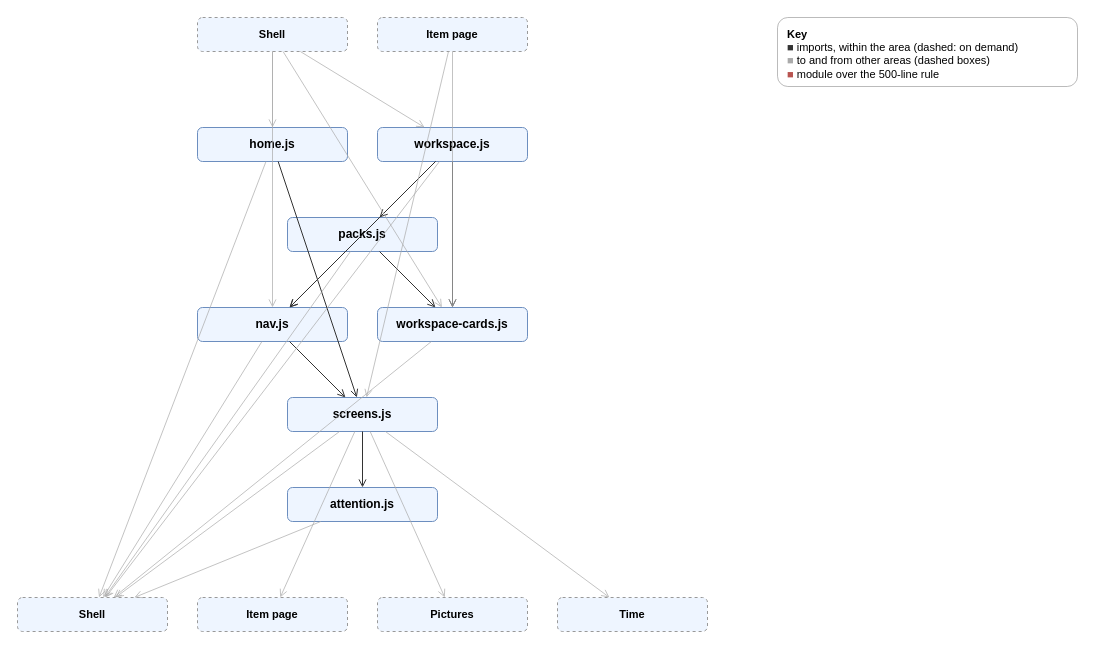
Earlier version of the draw.io diagram page "UI: Home and workspace" (9 of 22) of docs/diagrams/modules.drawio (AlexReiner98/archipelago). Source tidied: cells renumbered, new cells numbered last; positions are measured from the earlier drawing's top-left corner, leaving out a move shared by most shapes. Both pictures are drawn from the tidied source at 100%, with x=0, y=0 at pixel (17, 17).
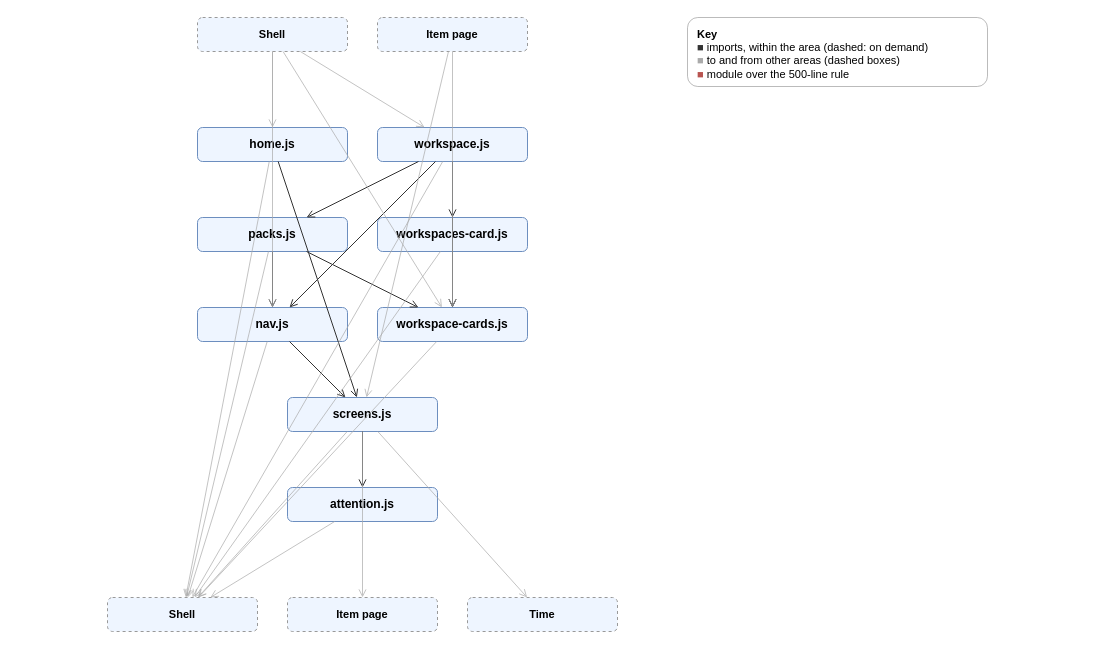
The same page after the edit.

Unchanged cells that the change refers to:
```xml
<mxCell id="5" value="workspace.js" style="rounded=1;html=1;whiteSpace=wrap;fontSize=12;fontStyle=1;fillColor=#eef5ff;strokeColor=#6c8ebf;" parent="1" vertex="1">
  <mxGeometry x="360" y="110" width="150" height="34" as="geometry" />
</mxCell>
<mxCell id="8" value="workspace-cards.js" style="rounded=1;html=1;whiteSpace=wrap;fontSize=12;fontStyle=1;fillColor=#eef5ff;strokeColor=#6c8ebf;" parent="1" vertex="1">
  <mxGeometry x="360" y="290" width="150" height="34" as="geometry" />
</mxCell>
<mxCell id="9" value="screens.js" style="rounded=1;html=1;whiteSpace=wrap;fontSize=12;fontStyle=1;fillColor=#eef5ff;strokeColor=#6c8ebf;" parent="1" vertex="1">
  <mxGeometry x="270" y="380" width="150" height="34" as="geometry" />
</mxCell>
```

What changed in the source:
```diff
@@
     <mxCell id="6" value="packs.js" style="rounded=1;html=1;whiteSpace=wrap;fontSize=12;fontStyle=1;fillColor=#eef5ff;strokeColor=#6c8ebf;" parent="1" vertex="1">
-      <mxGeometry x="270" y="200" width="150" height="34" as="geometry" />
+      <mxGeometry x="180" y="200" width="150" height="34" as="geometry" />
     </mxCell>
+    <mxCell id="40" value="workspaces-card.js" style="rounded=1;html=1;whiteSpace=wrap;fontSize=12;fontStyle=1;fillColor=#eef5ff;strokeColor=#6c8ebf;" parent="1" vertex="1">
+      <mxGeometry x="360" y="200" width="150" height="34" as="geometry" />
+    </mxCell>
@@
     <mxCell id="11" value="&lt;b&gt;Shell&lt;/b&gt;" style="rounded=1;html=1;whiteSpace=wrap;dashed=1;fontSize=11;fillColor=#eef5ff;strokeColor=#999999;" parent="1" vertex="1">
-      <mxGeometry y="580" width="150" height="34" as="geometry" />
+      <mxGeometry x="90" y="580" width="150" height="34" as="geometry" />
     </mxCell>
     <mxCell id="12" value="&lt;b&gt;Item page&lt;/b&gt;" style="rounded=1;html=1;whiteSpace=wrap;dashed=1;fontSize=11;fillColor=#eef5ff;strokeColor=#999999;" parent="1" vertex="1">
-      <mxGeometry x="180" y="580" width="150" height="34" as="geometry" />
+      <mxGeometry x="270" y="580" width="150" height="34" as="geometry" />
     </mxCell>
-    <mxCell id="13" value="&lt;b&gt;Pictures&lt;/b&gt;" style="rounded=1;html=1;whiteSpace=wrap;dashed=1;fontSize=11;fillColor=#eef5ff;strokeColor=#999999;" parent="1" vertex="1">
-      <mxGeometry x="360" y="580" width="150" height="34" as="geometry" />
-    </mxCell>
     <mxCell id="14" value="&lt;b&gt;Time&lt;/b&gt;" style="rounded=1;html=1;whiteSpace=wrap;dashed=1;fontSize=11;fillColor=#eef5ff;strokeColor=#999999;" parent="1" vertex="1">
-      <mxGeometry x="540" y="580" width="150" height="34" as="geometry" />
+      <mxGeometry x="450" y="580" width="150" height="34" as="geometry" />
     </mxCell>
     <mxCell id="15" value="&lt;b&gt;Key&lt;/b&gt;&lt;br&gt;&lt;font color=&quot;#333333&quot;&gt;■&lt;/font&gt; imports, within the area (dashed: on demand)&lt;br&gt;&lt;font color=&quot;#aaaaaa&quot;&gt;■&lt;/font&gt; to and from other areas (dashed boxes)&lt;br&gt;&lt;font color=&quot;#b85450&quot;&gt;■&lt;/font&gt; module over the 500-line rule" style="rounded=1;html=1;whiteSpace=wrap;align=left;verticalAlign=top;spacingLeft=8;spacingTop=4;fillColor=#ffffff;strokeColor=#bbbbbb;fontSize=11;" parent="1" vertex="1">
-      <mxGeometry x="760" width="300" height="69" as="geometry" />
+      <mxGeometry x="670" width="300" height="69" as="geometry" />
     </mxCell>
@@
-    <mxCell id="27" style="html=1;endArrow=open;strokeColor=#aaaaaa;dashed=0;opacity=70;" parent="1" edge="1" source="9" target="13">
-      <mxGeometry relative="1" as="geometry" />
-    </mxCell>
@@
+    <mxCell id="41" style="html=1;endArrow=open;strokeColor=#333333;dashed=0;opacity=100;" parent="1" edge="1" source="5" target="40">
+      <mxGeometry relative="1" as="geometry" />
+    </mxCell>
@@
+    <mxCell id="42" style="html=1;endArrow=open;strokeColor=#333333;dashed=0;opacity=100;" parent="1" edge="1" source="40" target="8">
+      <mxGeometry relative="1" as="geometry" />
+    </mxCell>
+    <mxCell id="43" style="html=1;endArrow=open;strokeColor=#aaaaaa;dashed=0;opacity=70;" parent="1" edge="1" source="40" target="11">
+      <mxGeometry relative="1" as="geometry" />
+    </mxCell>
```
